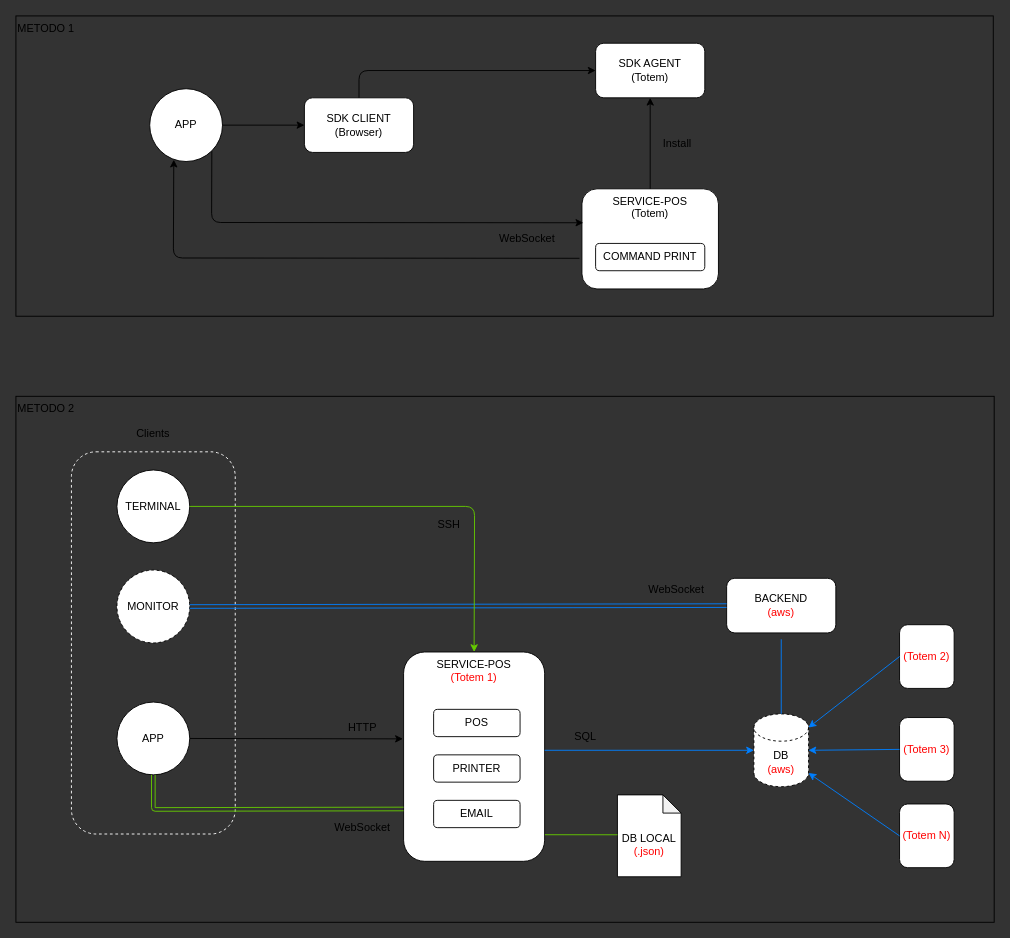
Before: docs/integration-pos.drawio in EdixonAlberto/service-pos, a draw.io diagram. Source tidied: cells renumbered, new cells numbered last; positions are measured from the earlier drawing's top-left corner, leaving out a move shared by most shapes. Both pictures are drawn from the tidied source at 91%, with x=0, y=0 at pixel (15, 15).
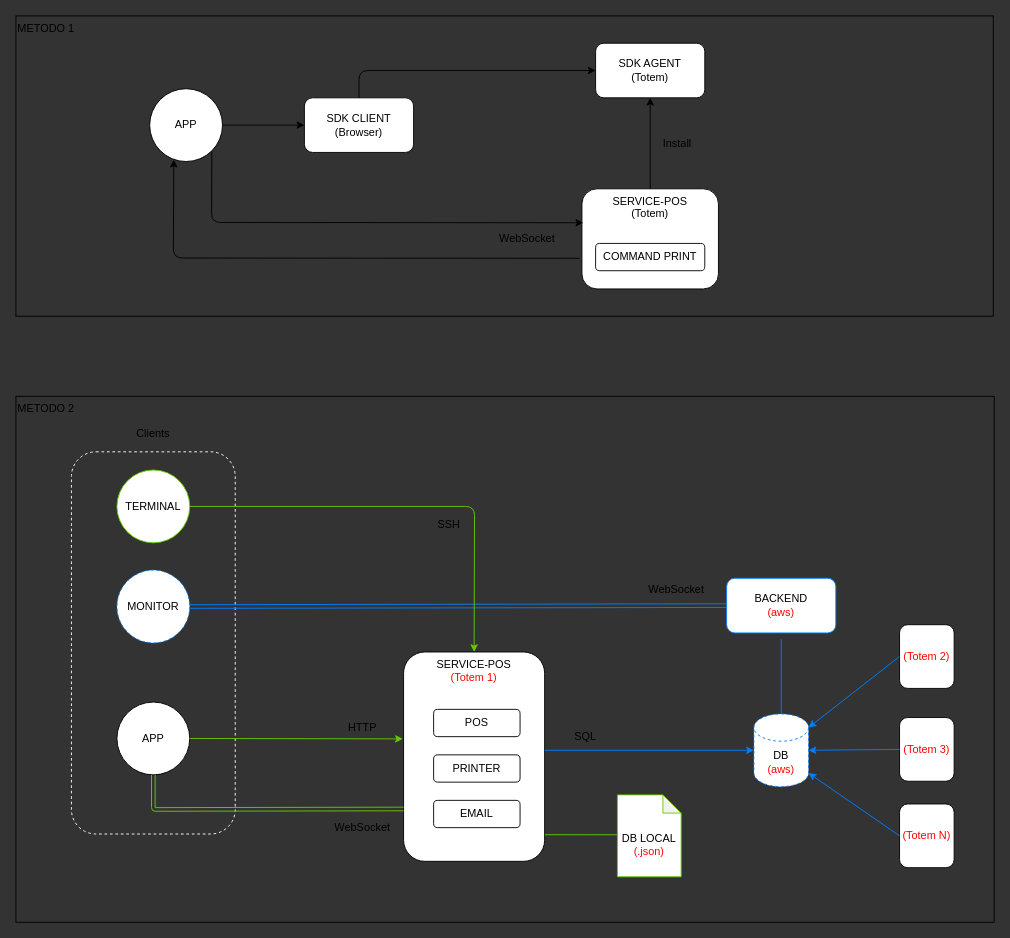
The same diagram, later.

The change refers to these unchanged cells:
```xml
<mxCell id="10" value="&lt;span&gt;SERVICE-POS&lt;/span&gt;&lt;br&gt;&lt;span&gt;&lt;font color=&quot;#ff0000&quot;&gt;(Totem 1)&lt;/font&gt;&lt;/span&gt;" style="whiteSpace=wrap;html=1;align=center;labelPosition=center;verticalLabelPosition=middle;verticalAlign=top;horizontal=1;rounded=1;" parent="1" vertex="1">
  <mxGeometry x="426" y="699" width="155" height="230" as="geometry" />
</mxCell>
<mxCell id="11" value="APP" style="ellipse;whiteSpace=wrap;html=1;align=center;rounded=1;" parent="1" vertex="1">
  <mxGeometry x="111" y="754" width="80" height="80" as="geometry" />
</mxCell>
```

Diff of the diagram source:
```diff
@@
+    <mxCell id="44" value="METODO 2" style="rounded=0;whiteSpace=wrap;html=1;fillColor=none;verticalAlign=top;align=left;" parent="1" vertex="1">
+      <mxGeometry y="418" width="1075" height="578" as="geometry" />
+    </mxCell>
@@
-    <mxCell id="19" value="MONITOR" style="ellipse;whiteSpace=wrap;html=1;align=center;dashed=1;rounded=1;" parent="1" vertex="1">
+    <mxCell id="19" value="MONITOR" style="ellipse;whiteSpace=wrap;html=1;align=center;dashed=1;rounded=1;strokeColor=#007FFF;" parent="1" vertex="1">
       <mxGeometry x="111" y="609" width="80" height="80" as="geometry" />
     </mxCell>
@@
-    <mxCell id="21" style="endArrow=classic;html=1;exitX=1;exitY=0.5;exitDx=0;exitDy=0;entryX=-0.005;entryY=0.415;entryDx=0;entryDy=0;entryPerimeter=0;" parent="1" edge="1" source="11" target="10">
+    <mxCell id="21" style="endArrow=classic;html=1;exitX=1;exitY=0.5;exitDx=0;exitDy=0;entryX=-0.005;entryY=0.415;entryDx=0;entryDy=0;entryPerimeter=0;strokeColor=#66CC00;" parent="1" edge="1" source="11" target="10">
       <mxGeometry relative="1" as="geometry" />
     </mxCell>
-    <mxCell id="22" value="DB&lt;br&gt;&lt;font color=&quot;#ff0000&quot;&gt;(aws)&lt;/font&gt;" style="shape=cylinder3;whiteSpace=wrap;html=1;boundedLbl=1;backgroundOutline=1;size=15;dashed=1;rounded=1;" parent="1" vertex="1">
+    <mxCell id="22" value="DB&lt;br&gt;&lt;font color=&quot;#ff0000&quot;&gt;(aws)&lt;/font&gt;" style="shape=cylinder3;whiteSpace=wrap;html=1;boundedLbl=1;backgroundOutline=1;size=15;dashed=1;rounded=1;strokeColor=#007FFF;" parent="1" vertex="1">
       <mxGeometry x="811" y="767" width="60" height="80" as="geometry" />
     </mxCell>
-    <mxCell id="23" value="DB LOCAL&lt;br&gt;&lt;font color=&quot;#ff0000&quot;&gt;(.json)&lt;/font&gt;" style="shape=note;whiteSpace=wrap;html=1;backgroundOutline=1;darkOpacity=0.05;verticalAlign=middle;labelPosition=center;verticalLabelPosition=middle;align=center;spacingBottom=0;spacingTop=20;size=20;rounded=1;" parent="1" vertex="1">
+    <mxCell id="23" value="DB LOCAL&lt;br&gt;&lt;font color=&quot;#ff0000&quot;&gt;(.json)&lt;/font&gt;" style="shape=note;whiteSpace=wrap;html=1;backgroundOutline=1;darkOpacity=0.05;verticalAlign=middle;labelPosition=center;verticalLabelPosition=middle;align=center;spacingBottom=0;spacingTop=20;size=20;rounded=1;strokeColor=#66CC00;" parent="1" vertex="1">
       <mxGeometry x="661" y="856" width="70" height="90" as="geometry" />
     </mxCell>
-    <mxCell id="24" value="BACKEND&lt;br&gt;&lt;font color=&quot;#ff0000&quot;&gt;(aws)&lt;/font&gt;" style="whiteSpace=wrap;html=1;rounded=1;" parent="1" vertex="1">
+    <mxCell id="24" value="BACKEND&lt;br&gt;&lt;font color=&quot;#ff0000&quot;&gt;(aws)&lt;/font&gt;" style="whiteSpace=wrap;html=1;rounded=1;strokeColor=#007FFF;" parent="1" vertex="1">
       <mxGeometry x="781" y="618" width="120" height="60" as="geometry" />
     </mxCell>
@@
-    <mxCell id="32" value="TERMINAL" style="ellipse;whiteSpace=wrap;html=1;rounded=1;" parent="1" vertex="1">
+    <mxCell id="32" value="TERMINAL" style="ellipse;whiteSpace=wrap;html=1;rounded=1;strokeColor=#66CC00;" parent="1" vertex="1">
       <mxGeometry x="111" y="499" width="80" height="80" as="geometry" />
     </mxCell>
@@
-    <mxCell id="44" value="METODO 2" style="rounded=0;whiteSpace=wrap;html=1;fillColor=none;verticalAlign=top;align=left;" parent="1" vertex="1">
-      <mxGeometry y="418" width="1075" height="578" as="geometry" />
-    </mxCell>
```
